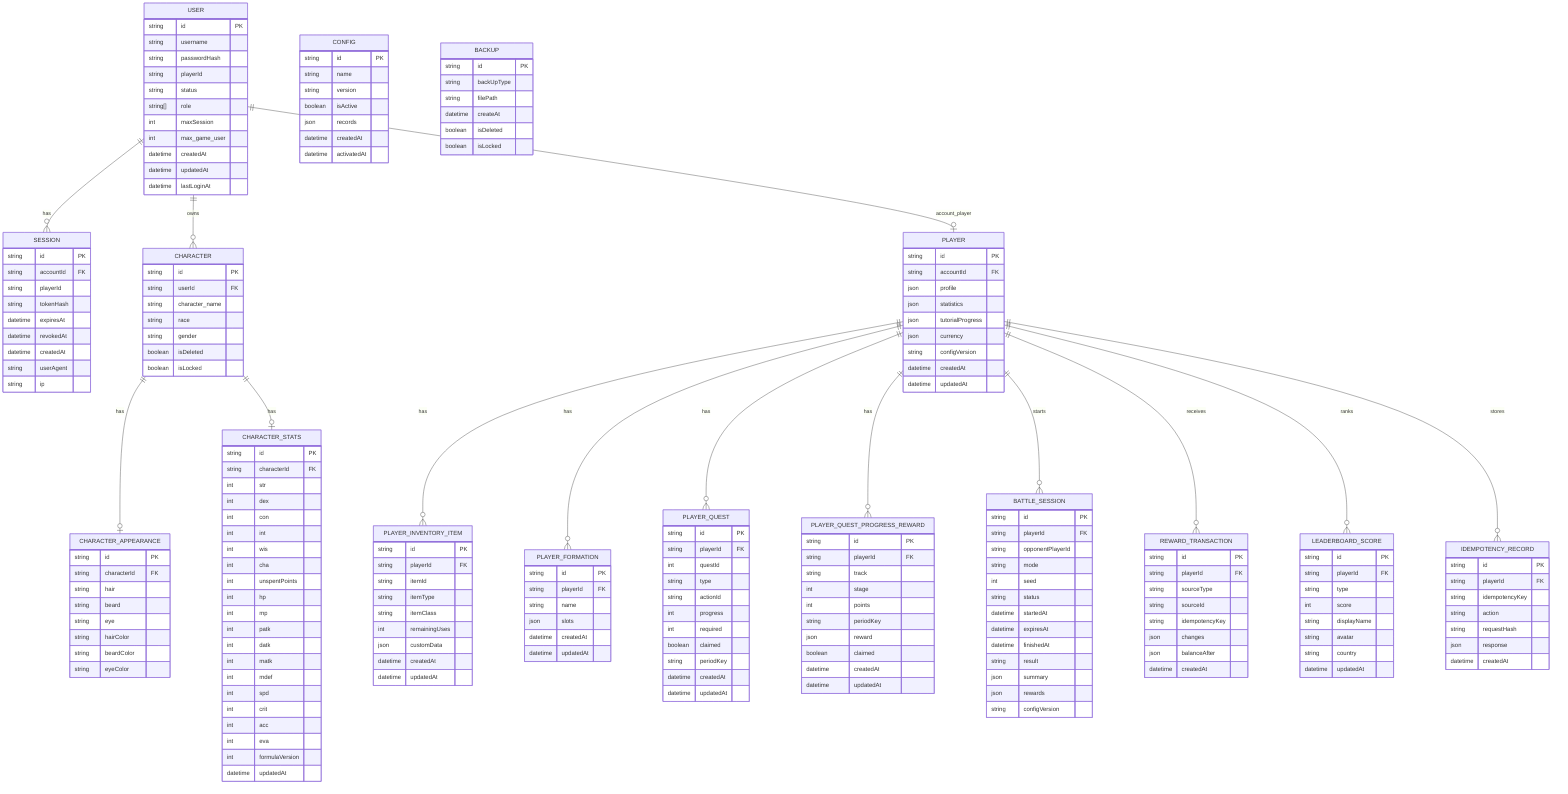
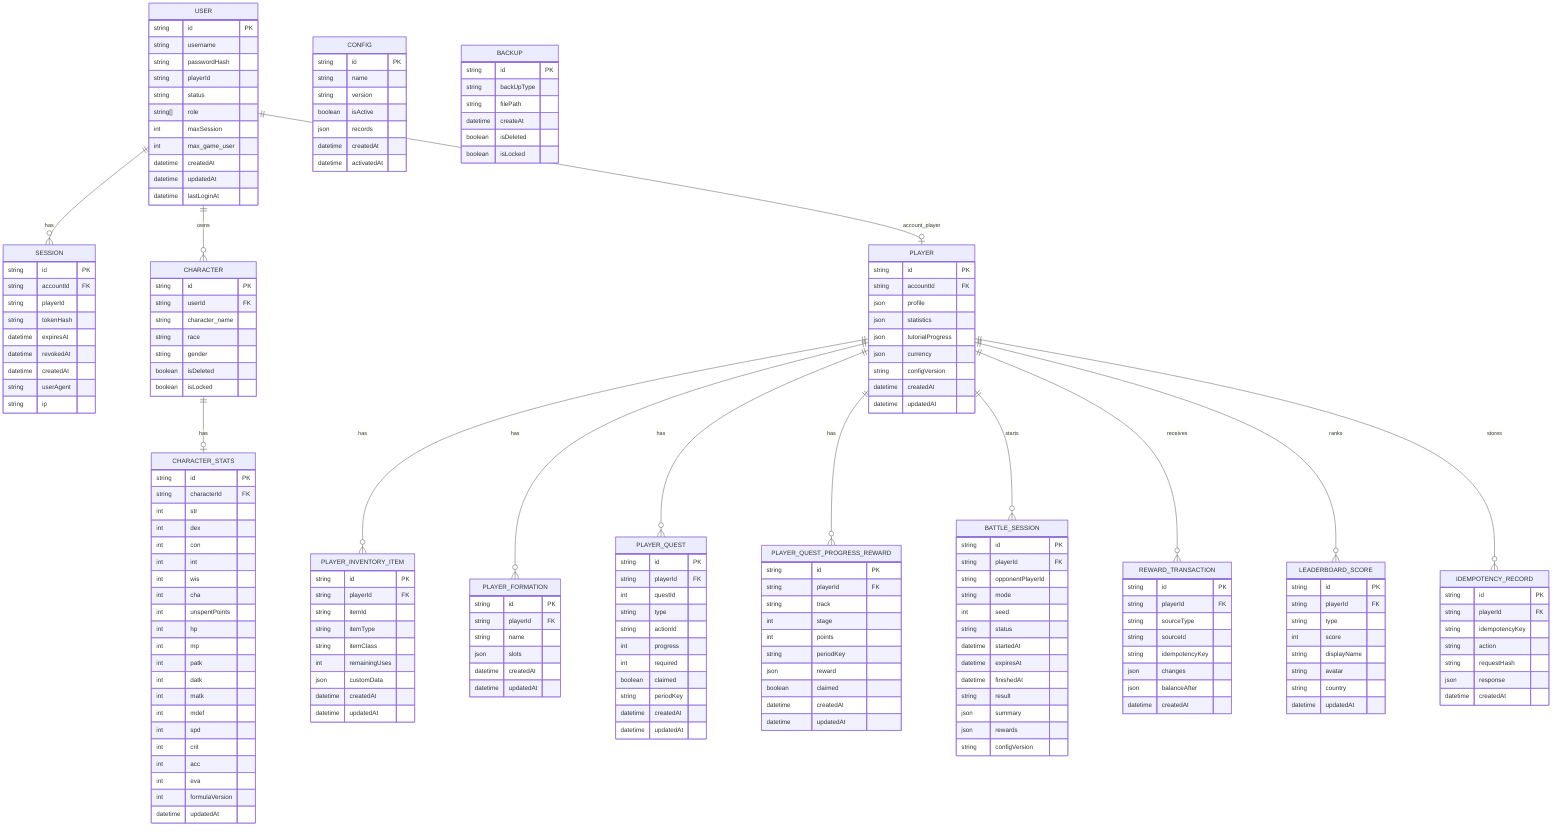
erDiagram
    %% Backend ERD synced with prisma/schema.prisma (dev branch)

    USER {
        string id PK
        string username
        string passwordHash
        string playerId
        string status
        string[] role
        int maxSession
        int max_game_user
        datetime createdAt
        datetime updatedAt
        datetime lastLoginAt
    }

    SESSION {
        string id PK
        string accountId FK
        string playerId
        string tokenHash
        datetime expiresAt
        datetime revokedAt
        datetime createdAt
        string userAgent
        string ip
    }

    PLAYER {
        string id PK
        string accountId FK
        json profile
        json statistics
        json tutorialProgress
        json currency
        string configVersion
        datetime createdAt
        datetime updatedAt
    }

    PLAYER_INVENTORY_ITEM {
        string id PK
        string playerId FK
        string itemId
        string itemType
        string itemClass
        int remainingUses
        json customData
        datetime createdAt
        datetime updatedAt
    }

    PLAYER_FORMATION {
        string id PK
        string playerId FK
        string name
        json slots
        datetime createdAt
        datetime updatedAt
    }

    PLAYER_QUEST {
        string id PK
        string playerId FK
        int questId
        string type
        string actionId
        int progress
        int required
        boolean claimed
        string periodKey
        datetime createdAt
        datetime updatedAt
    }

    PLAYER_QUEST_PROGRESS_REWARD {
        string id PK
        string playerId FK
        string track
        int stage
        int points
        string periodKey
        json reward
        boolean claimed
        datetime createdAt
        datetime updatedAt
    }

    BATTLE_SESSION {
        string id PK
        string playerId FK
        string opponentPlayerId
        string mode
        int seed
        string status
        datetime startedAt
        datetime expiresAt
        datetime finishedAt
        string result
        json summary
        json rewards
        string configVersion
    }

    REWARD_TRANSACTION {
        string id PK
        string playerId FK
        string sourceType
        string sourceId
        string idempotencyKey
        json changes
        json balanceAfter
        datetime createdAt
    }

    LEADERBOARD_SCORE {
        string id PK
        string playerId FK
        string type
        int score
        string displayName
        string avatar
        string country
        datetime updatedAt
    }

    IDEMPOTENCY_RECORD {
        string id PK
        string playerId FK
        string idempotencyKey
        string action
        string requestHash
        json response
        datetime createdAt
    }

    CONFIG {
        string id PK
        string name
        string version
        boolean isActive
        json records
        datetime createdAt
        datetime activatedAt
    }

    CHARACTER {
        string id PK
        string userId FK
        string character_name
        string race
        string gender
        boolean isDeleted
        boolean isLocked
-     }
- 
-     CHARACTER_APPEARANCE {
-         string id PK
-         string characterId FK
-         string hair
-         string beard
-         string eye
-         string hairColor
-         string beardColor
-         string eyeColor
    }

    CHARACTER_STATS {
        string id PK
        string characterId FK
        int str
        int dex
        int con
        int int
        int wis
        int cha
        int unspentPoints
        int hp
        int mp
        int patk
        int datk
        int matk
        int mdef
        int spd
        int crit
        int acc
        int eva
        int formulaVersion
        datetime updatedAt
    }

    BACKUP {
        string id PK
        string backUpType
        string filePath
        datetime createAt
        boolean isDeleted
        boolean isLocked
    }

    USER ||--o{ SESSION : has
    USER ||--o{ CHARACTER : owns
    USER ||--o| PLAYER : account_player

    PLAYER ||--o{ PLAYER_INVENTORY_ITEM : has
    PLAYER ||--o{ PLAYER_FORMATION : has
    PLAYER ||--o{ PLAYER_QUEST : has
    PLAYER ||--o{ PLAYER_QUEST_PROGRESS_REWARD : has
    PLAYER ||--o{ BATTLE_SESSION : starts
    PLAYER ||--o{ REWARD_TRANSACTION : receives
    PLAYER ||--o{ LEADERBOARD_SCORE : ranks
    PLAYER ||--o{ IDEMPOTENCY_RECORD : stores

-     CHARACTER ||--o| CHARACTER_APPEARANCE : has
    CHARACTER ||--o| CHARACTER_STATS : has
